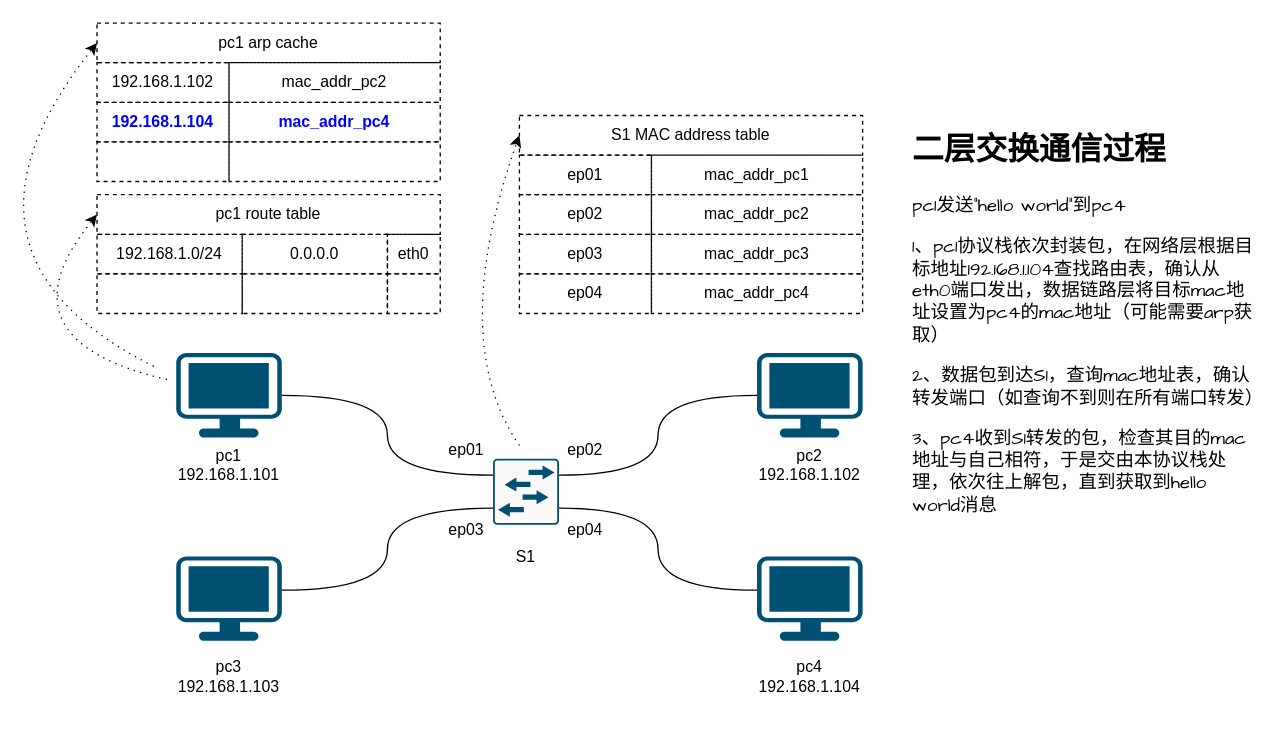
This is page "switch-priciple" (3 of 13) of network_trainning.drawio from garryfan2013/network_trainning, a draw.io file, before an edit. Source tidied: cells renumbered, new cells numbered last; positions are measured from the earlier drawing's top-left corner, leaving out a move shared by most shapes. Both pictures are drawn from the tidied source at 132%, with x=0, y=0 at pixel (-71, 22).
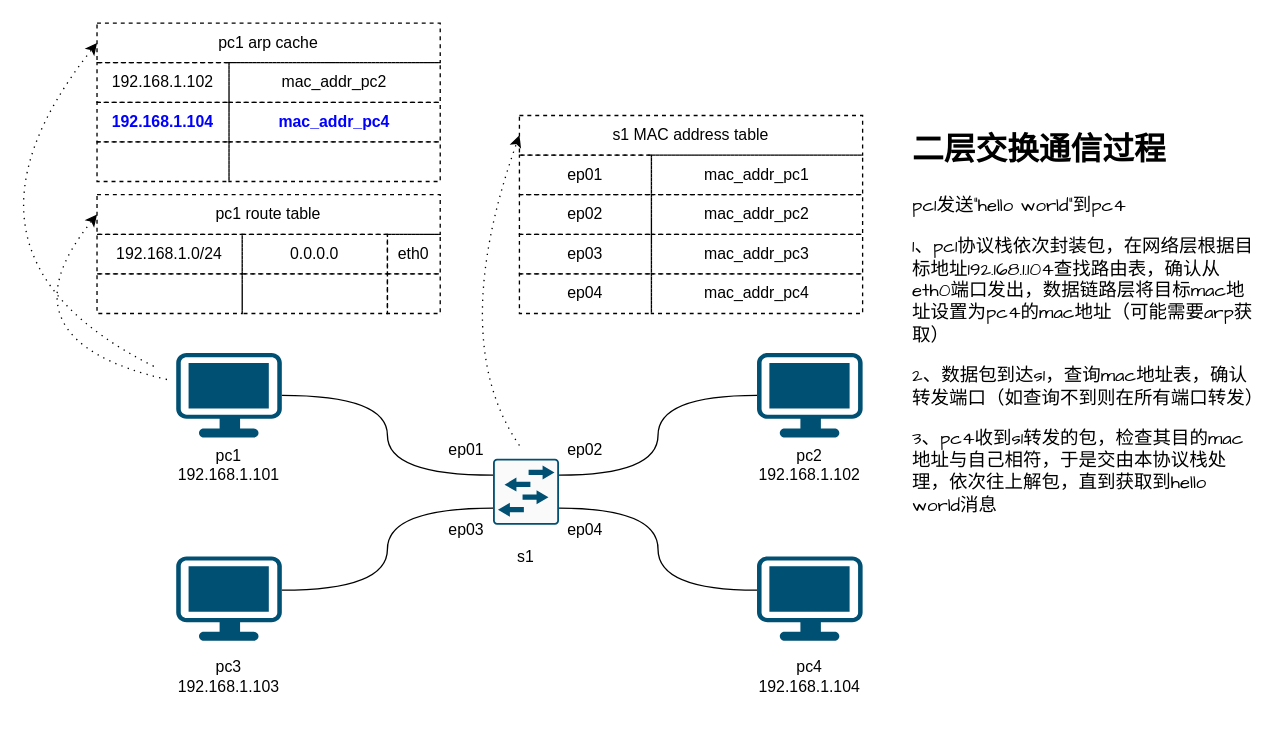
After the change.

Change to the diagram source:
```diff
@@
-    <mxCell id="11" value="S1 MAC address table" style="rounded=0;whiteSpace=wrap;html=1;dashed=1;strokeColor=default;fillColor=none;" parent="1" vertex="1">
+    <mxCell id="11" value="s1 MAC address table" style="rounded=0;whiteSpace=wrap;html=1;dashed=1;strokeColor=default;fillColor=none;" parent="1" vertex="1">
       <mxGeometry x="447" y="70" width="260" height="30" as="geometry" />
     </mxCell>
@@
-    <mxCell id="28" value="S1" style="text;html=1;strokeColor=none;fillColor=none;align=center;verticalAlign=middle;whiteSpace=wrap;rounded=0;dashed=1;" parent="1" vertex="1">
+    <mxCell id="28" value="s1" style="text;html=1;strokeColor=none;fillColor=none;align=center;verticalAlign=middle;whiteSpace=wrap;rounded=0;dashed=1;" parent="1" vertex="1">
       <mxGeometry x="422" y="390" width="60" height="30" as="geometry" />
     </mxCell>
@@
-    <mxCell id="45" value="&lt;h1&gt;&lt;font style=&quot;font-size: 24px&quot;&gt;二层交换通信过程&lt;/font&gt;&lt;/h1&gt;&lt;div style=&quot;font-size: 14px&quot;&gt;pc1发送“hello world”到pc4&lt;/div&gt;&lt;p style=&quot;font-size: 14px&quot;&gt;1、pc1协议栈依次封装包，在网络层根据目标地址192.168.1.104查找路由表，确认从eth0端口发出，数据链路层将目标mac地址设置为pc4的mac地址（可能需要arp获取）&lt;/p&gt;&lt;p style=&quot;font-size: 14px&quot;&gt;2、数据包到达S1，查询mac地址表，确认转发端口（如查询不到则在所有端口转发）&lt;/p&gt;&lt;p style=&quot;font-size: 14px&quot;&gt;3、pc4收到S1转发的包，检查其目的mac地址与自己相符，于是交由本协议栈处理，依次往上解包，直到获取到hello world消息&lt;/p&gt;" style="text;html=1;strokeColor=none;fillColor=none;spacing=5;spacingTop=-20;whiteSpace=wrap;overflow=hidden;rounded=0;fontSize=14;fontFamily=Comic Sans MS;" parent="1" vertex="1">
+    <mxCell id="45" value="&lt;h1&gt;&lt;font style=&quot;font-size: 24px&quot;&gt;二层交换通信过程&lt;/font&gt;&lt;/h1&gt;&lt;div style=&quot;font-size: 14px&quot;&gt;pc1发送“hello world”到pc4&lt;/div&gt;&lt;p style=&quot;font-size: 14px&quot;&gt;1、pc1协议栈依次封装包，在网络层根据目标地址192.168.1.104查找路由表，确认从eth0端口发出，数据链路层将目标mac地址设置为pc4的mac地址（可能需要arp获取）&lt;/p&gt;&lt;p style=&quot;font-size: 14px&quot;&gt;2、数据包到达s1，查询mac地址表，确认转发端口（如查询不到则在所有端口转发）&lt;/p&gt;&lt;p style=&quot;font-size: 14px&quot;&gt;3、pc4收到s1转发的包，检查其目的mac地址与自己相符，于是交由本协议栈处理，依次往上解包，直到获取到hello world消息&lt;/p&gt;" style="text;html=1;strokeColor=none;fillColor=none;spacing=5;spacingTop=-20;whiteSpace=wrap;overflow=hidden;rounded=0;fontSize=14;fontFamily=Comic Sans MS;" parent="1" vertex="1">
       <mxGeometry x="740" y="70" width="270" height="440" as="geometry" />
     </mxCell>
```
